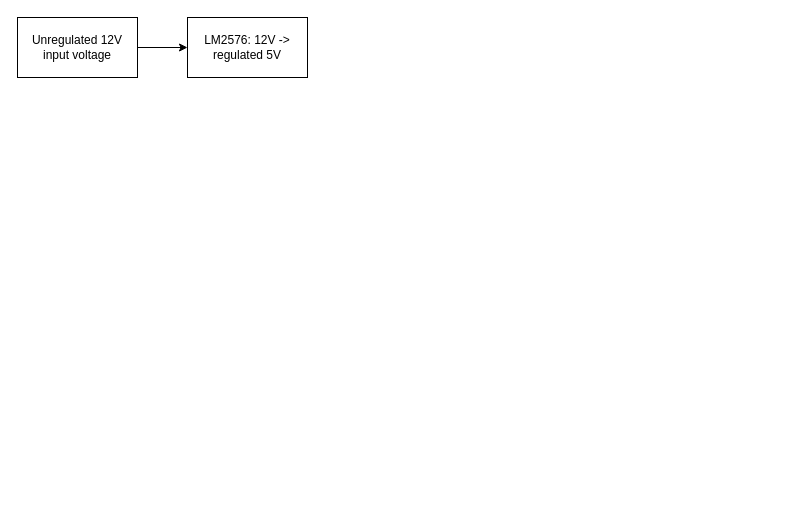
starfruwuit/esp32-env-mesh keeps this draw.io diagram as esp32 environment mesh block diagram.drawio. Above is the earlier version. Source tidied: cells renumbered, new cells numbered last; positions are measured from the earlier drawing's top-left corner, leaving out a move shared by most shapes. Both pictures are drawn from the tidied source at 100%, with x=0, y=0 at pixel (17, 17).
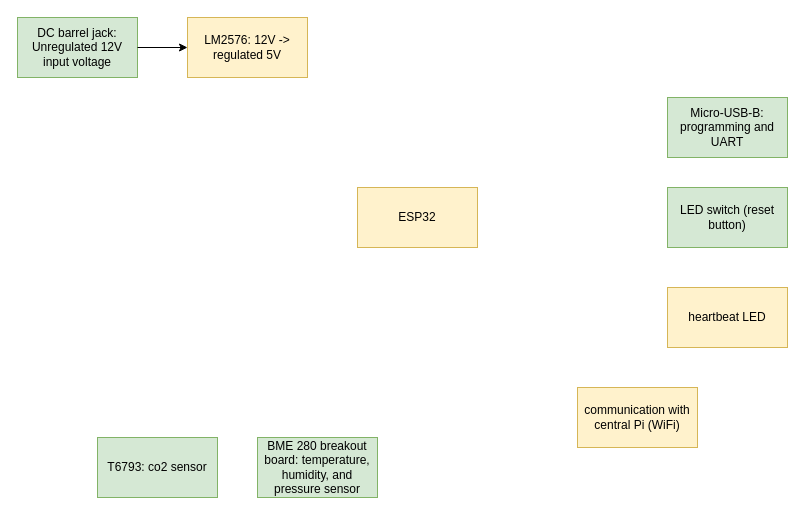
Above is the later version.

Diff of the diagram source:
```diff
@@
 <mxGraphModel>
   <root>
     <mxCell id="0" />
     <mxCell id="1" parent="0" />
-    <mxCell id="2" value="&lt;div&gt;Unregulated 12V input voltage&lt;/div&gt;" style="rounded=0;whiteSpace=wrap;html=1;" parent="1" vertex="1">
+    <mxCell id="2" value="&lt;div&gt;DC barrel jack: Unregulated 12V input voltage&lt;/div&gt;" style="rounded=0;whiteSpace=wrap;html=1;fillColor=#d5e8d4;strokeColor=#82b366;" parent="1" vertex="1">
       <mxGeometry width="120" height="60" as="geometry" />
     </mxCell>
-    <mxCell id="3" value="&lt;div&gt;LM2576: 12V -&amp;gt; regulated 5V&lt;/div&gt;" style="rounded=0;whiteSpace=wrap;html=1;" parent="1" vertex="1">
+    <mxCell id="3" value="&lt;div&gt;LM2576: 12V -&amp;gt; regulated 5V&lt;/div&gt;" style="rounded=0;whiteSpace=wrap;html=1;fillColor=#fff2cc;strokeColor=#d6b656;" parent="1" vertex="1">
       <mxGeometry x="170" width="120" height="60" as="geometry" />
     </mxCell>
     <mxCell id="4" style="endArrow=classic;html=1;rounded=0;exitX=1;exitY=0.5;exitDx=0;exitDy=0;entryX=0;entryY=0.5;entryDx=0;entryDy=0;" parent="1" edge="1" source="2" target="3">
       <mxGeometry relative="1" as="geometry" />
     </mxCell>
+    <mxCell id="5" value="&lt;div&gt;ESP32&lt;/div&gt;" style="rounded=0;whiteSpace=wrap;html=1;fillColor=#fff2cc;strokeColor=#d6b656;" parent="1" vertex="1">
+      <mxGeometry x="340" y="170" width="120" height="60" as="geometry" />
+    </mxCell>
+    <mxCell id="6" value="T6793: co2 sensor" style="whiteSpace=wrap;html=1;fillColor=#d5e8d4;strokeColor=#82b366;" parent="1" vertex="1">
+      <mxGeometry x="80" y="420" width="120" height="60" as="geometry" />
+    </mxCell>
+    <mxCell id="7" value="&lt;div&gt;LED switch (reset button)&lt;/div&gt;" style="whiteSpace=wrap;html=1;fillColor=#d5e8d4;strokeColor=#82b366;" parent="1" vertex="1">
+      <mxGeometry x="650" y="170" width="120" height="60" as="geometry" />
+    </mxCell>
+    <mxCell id="8" value="Micro-USB-B: programming and UART" style="whiteSpace=wrap;html=1;fillColor=#d5e8d4;strokeColor=#82b366;" parent="1" vertex="1">
+      <mxGeometry x="650" y="80" width="120" height="60" as="geometry" />
+    </mxCell>
+    <mxCell id="9" value="&lt;div&gt;BME 280 breakout board: temperature, humidity, and pressure sensor&lt;/div&gt;" style="whiteSpace=wrap;html=1;fillColor=#d5e8d4;strokeColor=#82b366;" parent="1" vertex="1">
+      <mxGeometry x="240" y="420" width="120" height="60" as="geometry" />
+    </mxCell>
+    <mxCell id="10" value="heartbeat LED" style="whiteSpace=wrap;html=1;fillColor=#fff2cc;strokeColor=#d6b656;" parent="1" vertex="1">
+      <mxGeometry x="650" y="270" width="120" height="60" as="geometry" />
+    </mxCell>
+    <mxCell id="11" value="communication with central Pi (WiFi)" style="whiteSpace=wrap;html=1;fillColor=#fff2cc;strokeColor=#d6b656;" parent="1" vertex="1">
+      <mxGeometry x="560" y="370" width="120" height="60" as="geometry" />
+    </mxCell>
   </root>
 </mxGraphModel>
```
